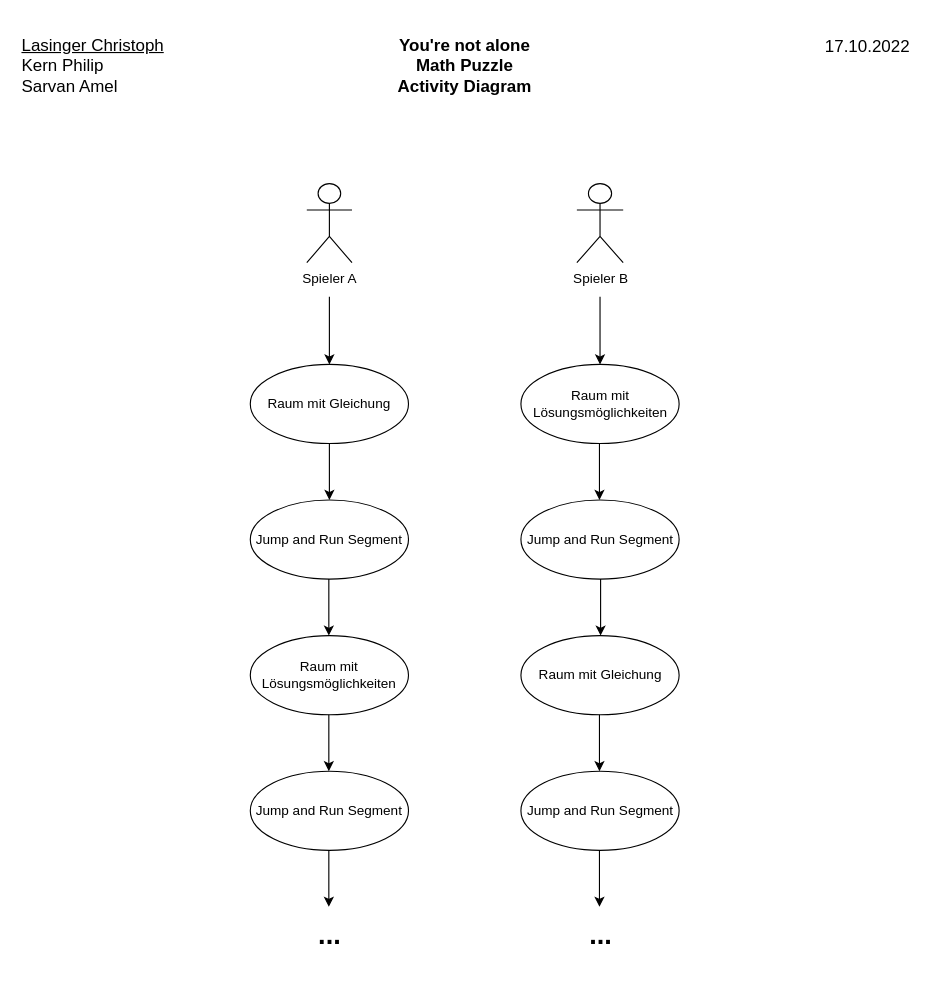
This is documents/MathPuzzle.drawio from ChristophLasinger/Youre-not-alone, a draw.io file, before an edit. Source tidied: cells renumbered, new cells numbered last; positions are measured from the earlier drawing's top-left corner, leaving out a move shared by most shapes. Both pictures are drawn from the tidied source at 113%, with x=0, y=0 at pixel (19, 19).
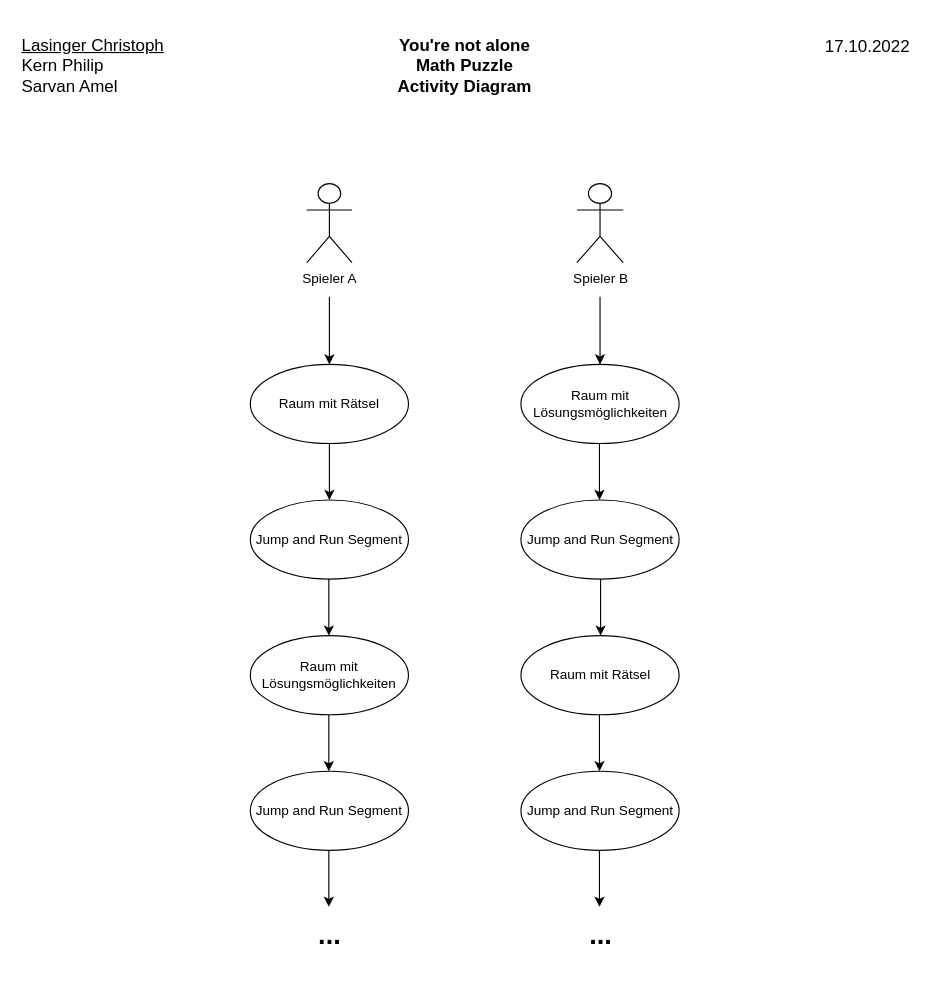
The same page after the edit.

Commit message (it also covers changes not shown here):
update math puzzle diagram

What changed in the source:
```diff
@@
-    <mxCell id="4" value="Raum mit Gleichung" style="ellipse;whiteSpace=wrap;html=1;" parent="1" vertex="1">
+    <mxCell id="4" value="Raum mit Rätsel" style="ellipse;whiteSpace=wrap;html=1;" parent="1" vertex="1">
       <mxGeometry x="204" y="305" width="140" height="70" as="geometry" />
     </mxCell>
@@
-    <mxCell id="9" value="Raum mit Gleichung" style="ellipse;whiteSpace=wrap;html=1;" parent="1" vertex="1">
+    <mxCell id="9" value="Raum mit Rätsel" style="ellipse;whiteSpace=wrap;html=1;" parent="1" vertex="1">
       <mxGeometry x="443.5" y="545" width="140" height="70" as="geometry" />
     </mxCell>
```
